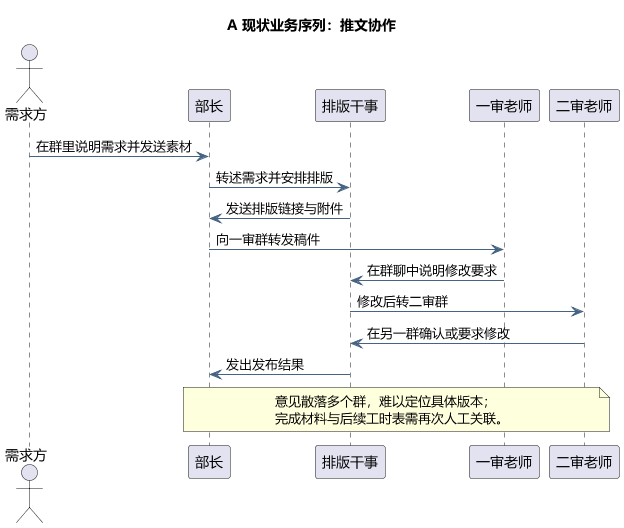
tccc1csu/miniprogram-csu keeps this PlantUML diagram as docs/diagrams/current-business-sequence-publication.png. Above is the earlier version.
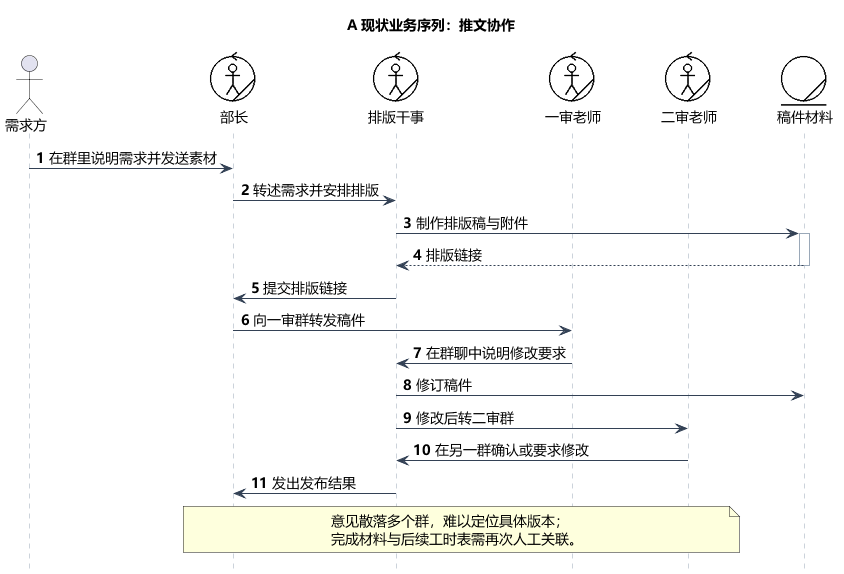
Later version of the same file.

Change to the diagram source:
```diff
@@ -5,18 +5,36 @@
 skinparam ArrowColor #466482
 skinparam classAttributeIconSize 0
 hide empty members
+skinparam defaultFontSize 14
+skinparam sequenceLifeLineBorderColor #9AA8B8
+skinparam sequenceArrowColor #334155
+skinparam sequenceGroupBorderColor #94A3B8
+skinparam sequenceGroupBackgroundColor #F8FAFC
+skinparam sequenceParticipantPadding 18
+skinparam maxMessageSize 240
+hide footbox
+autonumber
+!include course-notation.iuml
+skinparam sequenceParticipantBorderColor transparent
+skinparam sequenceParticipantBackgroundColor transparent
 title A 现状业务序列：推文协作
 
 actor "需求方" as D
-participant "部长" as M
-participant "排版干事" as W
-participant "一审老师" as T1
-participant "二审老师" as T2
+participant "<$worker>\n部长" as M
+participant "<$worker>\n排版干事" as W
+participant "<$worker>\n一审老师" as T1
+participant "<$worker>\n二审老师" as T2
+participant "<$entity>\n稿件材料" as A
 D -> M : 在群里说明需求并发送素材
 M -> W : 转述需求并安排排版
-W -> M : 发送排版链接与附件
+W -> A : 制作排版稿与附件
+activate A
+A --> W : 排版链接
+deactivate A
+W -> M : 提交排版链接
 M -> T1 : 向一审群转发稿件
 T1 -> W : 在群聊中说明修改要求
+W -> A : 修订稿件
 W -> T2 : 修改后转二审群
 T2 -> W : 在另一群确认或要求修改
 W -> M : 发出发布结果
```
